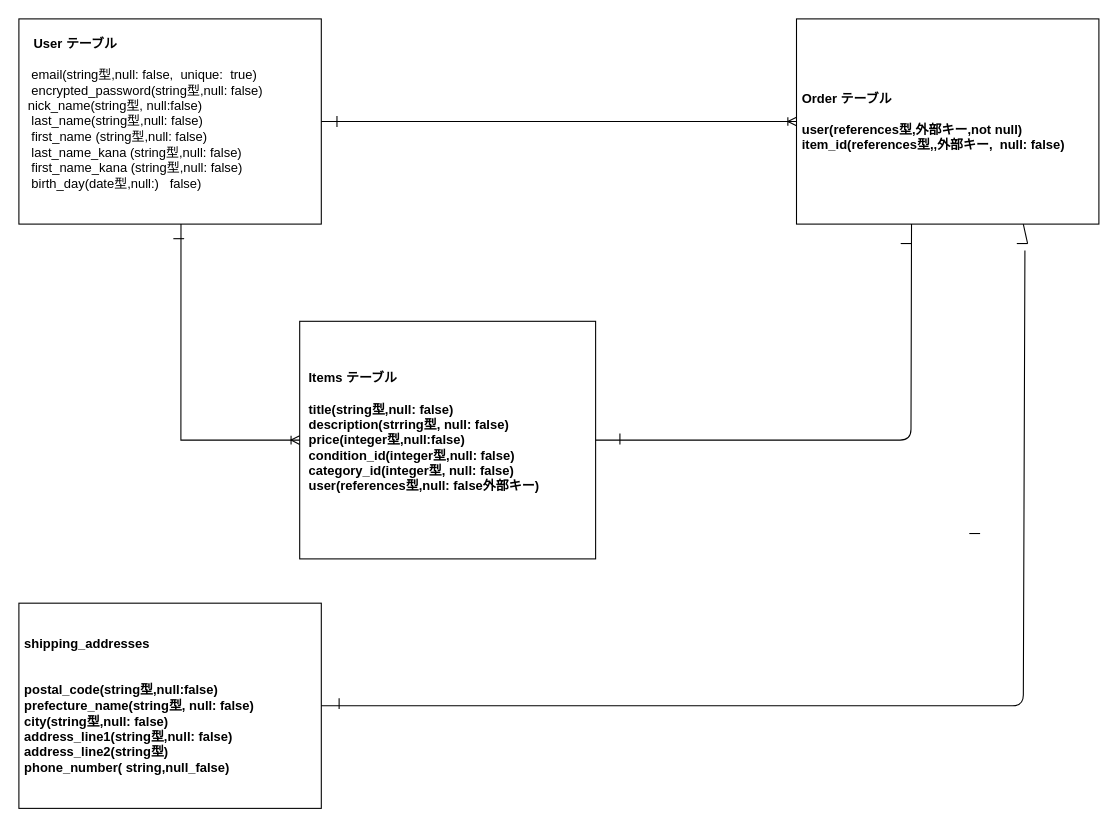
The draw.io diagram ER.dio in chanhito05/furima-40239, before the edit. Source tidied: cells renumbered, new cells numbered last; positions are measured from the earlier drawing's top-left corner, leaving out a move shared by most shapes. Both pictures are drawn from the tidied source at 108%, with x=0, y=0 at pixel (18, 18).
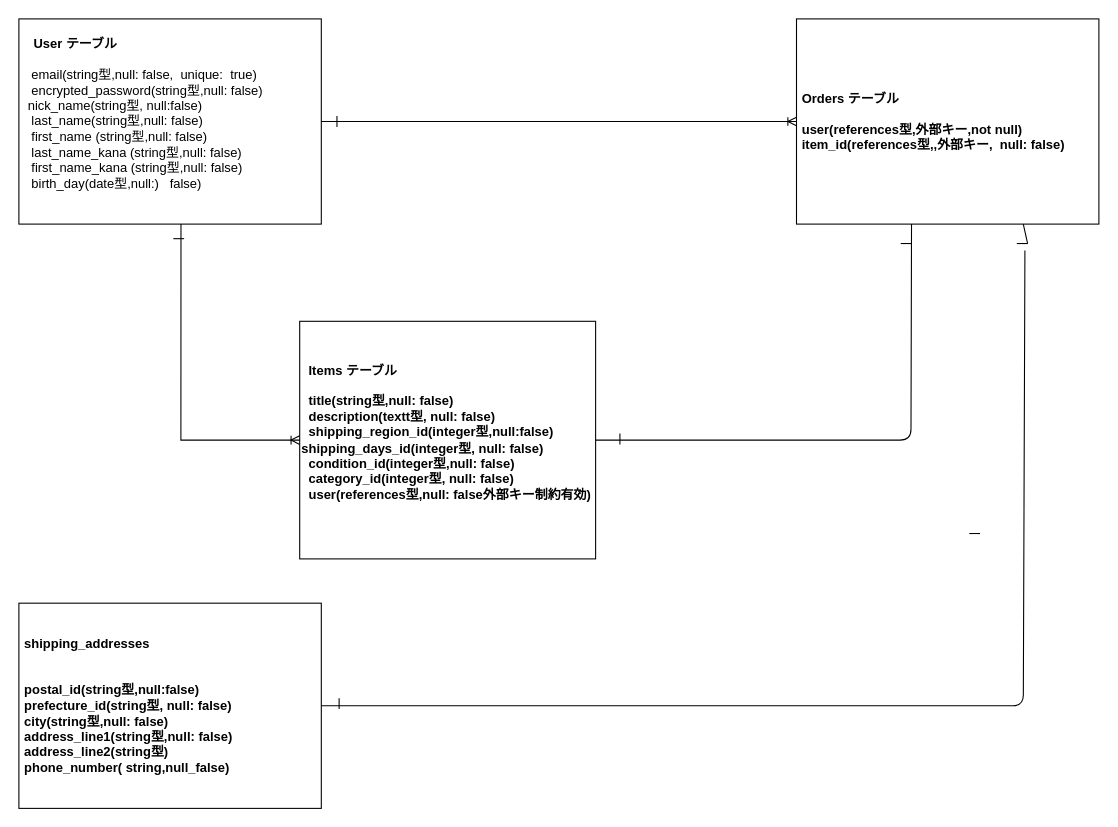
Above is the later version.

What changed in the source:
```diff
@@
-    <mxCell id="3" value="&lt;b&gt;&amp;nbsp; Items テーブル&lt;br&gt;&lt;br&gt;&amp;nbsp; title(string型,null: false)&lt;br&gt;&amp;nbsp; description(strring型, null: false)&lt;br&gt;&amp;nbsp; price(integer型,null:false)&lt;br&gt;&amp;nbsp; condition_id(integer型,null: false)&lt;br&gt;&amp;nbsp; category_id(integer型, null: false)&lt;br&gt;&amp;nbsp; user(references型,null: false外部キー)&lt;br&gt;&lt;br&gt;&lt;/b&gt;" style="rounded=0;whiteSpace=wrap;html=1;align=left;" parent="1" vertex="1">
+    <mxCell id="3" value="&lt;b&gt;&amp;nbsp; Items テーブル&lt;br&gt;&lt;br&gt;&amp;nbsp; title(string型,null: false)&lt;br&gt;&amp;nbsp; description(textt型, null: false)&lt;br&gt;&amp;nbsp; shipping_region_id(integer型,null:false)&lt;br&gt;shipping_days_id(integer型, null: false)&lt;br&gt;&amp;nbsp; condition_id(integer型,null: false)&lt;br&gt;&amp;nbsp; category_id(integer型, null: false)&lt;br&gt;&amp;nbsp; user(references型,null: false外部キー制約有効)&lt;br&gt;&lt;br&gt;&lt;/b&gt;" style="rounded=0;whiteSpace=wrap;html=1;align=left;" parent="1" vertex="1">
       <mxGeometry x="260" y="280" width="274" height="220" as="geometry" />
     </mxCell>
-    <mxCell id="4" value="&lt;b&gt;&amp;nbsp;Order テーブル&lt;br&gt;&amp;nbsp;&lt;br&gt;&amp;nbsp;user(references型,外部キー,not null)&lt;br&gt;&amp;nbsp;item_id(references型,,外部キー,&amp;nbsp; null: false)&lt;br&gt;&lt;/b&gt;" style="rounded=0;whiteSpace=wrap;html=1;align=left;" parent="1" vertex="1">
+    <mxCell id="4" value="&lt;b&gt;&amp;nbsp;Orders テーブル&lt;br&gt;&amp;nbsp;&lt;br&gt;&amp;nbsp;user(references型,外部キー,not null)&lt;br&gt;&amp;nbsp;item_id(references型,,外部キー,&amp;nbsp; null: false)&lt;br&gt;&lt;/b&gt;" style="rounded=0;whiteSpace=wrap;html=1;align=left;" parent="1" vertex="1">
       <mxGeometry x="720" width="280" height="190" as="geometry" />
     </mxCell>
@@
-    <mxCell id="9" value="&lt;b&gt;&amp;nbsp;shipping_addresses&lt;br&gt;&lt;br&gt;&lt;br&gt;&amp;nbsp;postal_code(string型,null:false)&lt;br&gt;&amp;nbsp;prefecture_name(string型, null: false)&lt;br&gt;&amp;nbsp;city(string型,null: false)&lt;br&gt;&amp;nbsp;address_line1(string型,null: false)&lt;br&gt;&amp;nbsp;address_line2(string型)&lt;br&gt;&amp;nbsp;phone_number( string,null_false)&lt;br&gt;&lt;/b&gt;" style="rounded=0;whiteSpace=wrap;html=1;align=left;" parent="1" vertex="1">
+    <mxCell id="9" value="&lt;b&gt;&amp;nbsp;shipping_addresses&lt;br&gt;&lt;br&gt;&lt;br&gt;&amp;nbsp;postal_id(string型,null:false)&lt;br&gt;&amp;nbsp;prefecture_id(string型, null: false)&lt;br&gt;&amp;nbsp;city(string型,null: false)&lt;br&gt;&amp;nbsp;address_line1(string型,null: false)&lt;br&gt;&amp;nbsp;address_line2(string型)&lt;br&gt;&amp;nbsp;phone_number( string,null_false)&lt;br&gt;&lt;/b&gt;" style="rounded=0;whiteSpace=wrap;html=1;align=left;" parent="1" vertex="1">
       <mxGeometry y="541" width="280" height="190" as="geometry" />
     </mxCell>
```
